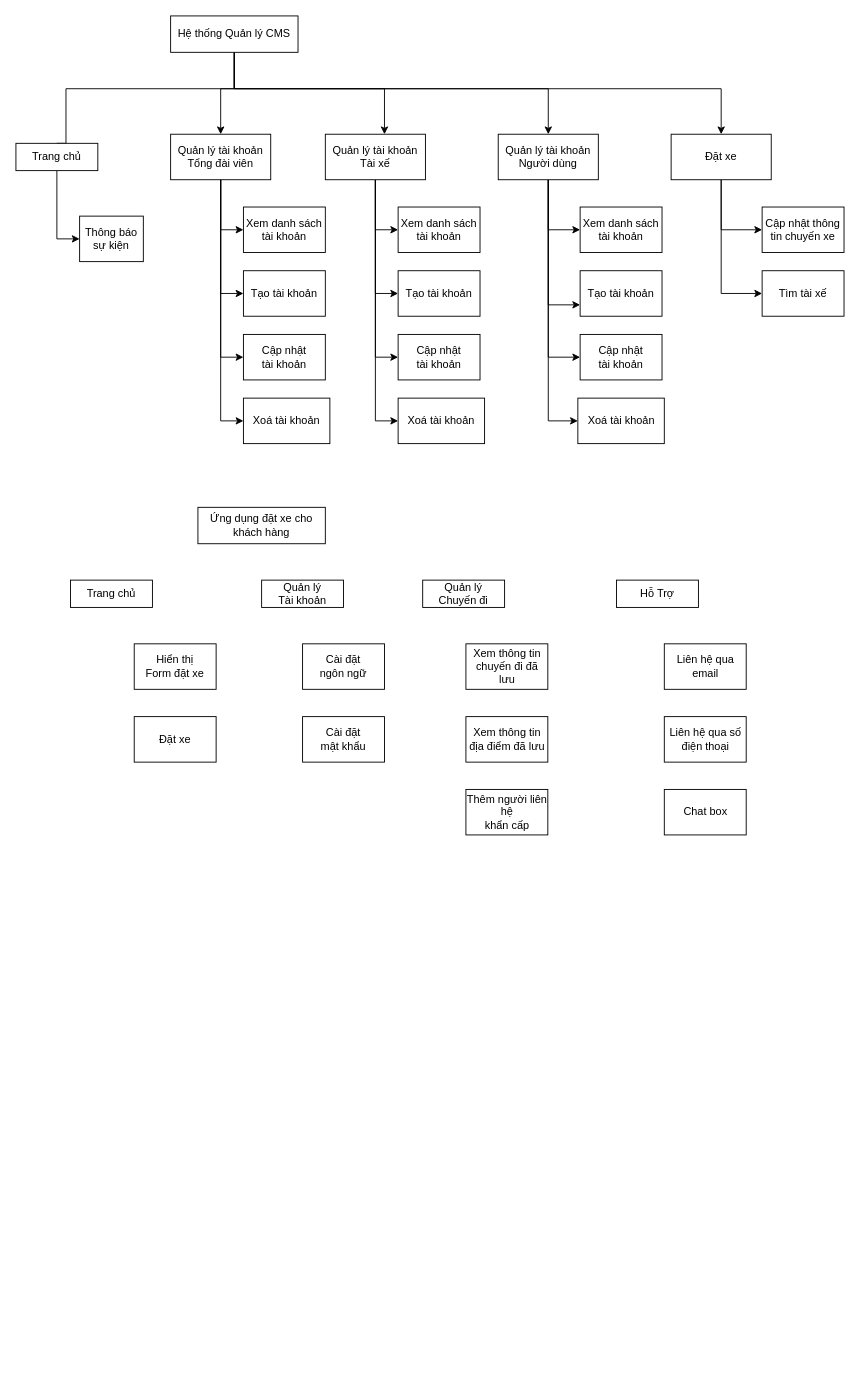
andytino/Documents-Database keeps this draw.io diagram as Biểu đồ không có tiêu đề.drawio. Above is the earlier version. Source tidied: cells renumbered, new cells numbered last; positions are measured from the earlier drawing's top-left corner, leaving out a move shared by most shapes. Both pictures are drawn from the tidied source at 91%, with x=0, y=0 at pixel (15, 15).
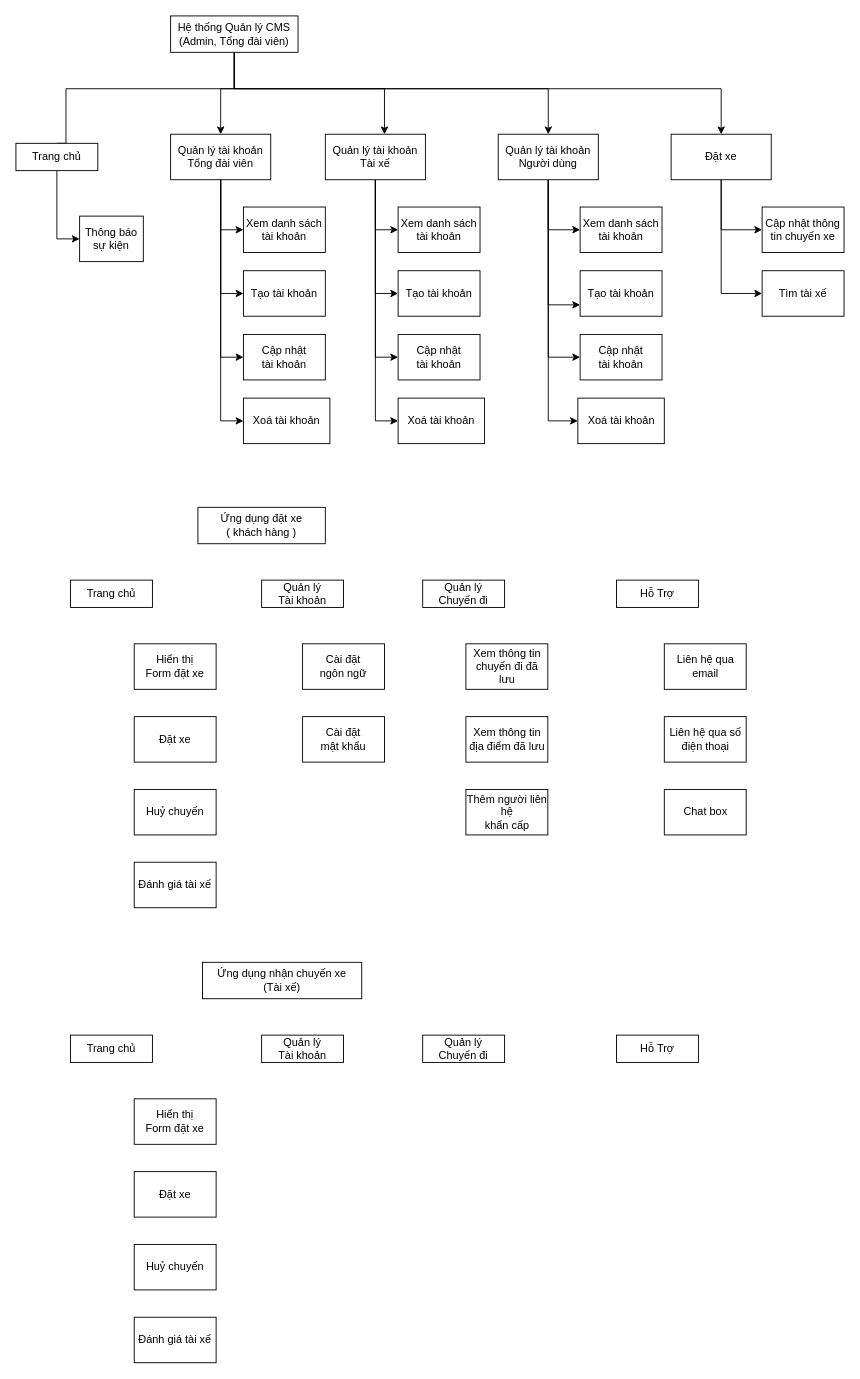
The same diagram, later.

Commit message (it also covers changes not shown here):
Cập nhật Biểu đồ không có tiêu đề.drawio

The edit, as a diff of the source:
```diff
@@
-    <mxCell id="7" value="Hệ thống Quản lý CMS" style="rounded=0;whiteSpace=wrap;html=1;" parent="1" vertex="1">
+    <mxCell id="7" value="Hệ thống Quản lý CMS&lt;br&gt;(Admin, Tổng đài viên)" style="rounded=0;whiteSpace=wrap;html=1;" parent="1" vertex="1">
       <mxGeometry x="170" width="140" height="40" as="geometry" />
     </mxCell>
@@
-    <mxCell id="43" value="Ứng dụng đặt xe cho khách hàng" style="rounded=0;whiteSpace=wrap;html=1;" parent="1" vertex="1">
+    <mxCell id="43" value="Ứng dụng đặt xe&lt;br&gt;( khách hàng )" style="rounded=0;whiteSpace=wrap;html=1;" parent="1" vertex="1">
       <mxGeometry x="200" y="540" width="140" height="40" as="geometry" />
     </mxCell>
@@
+    <mxCell id="58" value="Huỷ chuyến" style="rounded=0;whiteSpace=wrap;html=1;" parent="1" vertex="1">
+      <mxGeometry x="130" y="850" width="90" height="50" as="geometry" />
+    </mxCell>
+    <mxCell id="59" value="Đánh giá tài xế" style="rounded=0;whiteSpace=wrap;html=1;" parent="1" vertex="1">
+      <mxGeometry x="130" y="930" width="90" height="50" as="geometry" />
+    </mxCell>
+    <mxCell id="60" value="Ứng dụng nhận chuyến xe&lt;br&gt;(Tài xế)" style="rounded=0;whiteSpace=wrap;html=1;" parent="1" vertex="1">
+      <mxGeometry x="205" y="1040" width="175" height="40" as="geometry" />
+    </mxCell>
+    <mxCell id="61" value="Trang chủ" style="rounded=0;whiteSpace=wrap;html=1;" parent="1" vertex="1">
+      <mxGeometry x="60" y="1120" width="90" height="30" as="geometry" />
+    </mxCell>
+    <mxCell id="62" value="Quản lý &lt;br&gt;Tài khoản" style="rounded=0;whiteSpace=wrap;html=1;" parent="1" vertex="1">
+      <mxGeometry x="270" y="1120" width="90" height="30" as="geometry" />
+    </mxCell>
+    <mxCell id="63" value="Quản lý &lt;br&gt;Chuyến đi" style="rounded=0;whiteSpace=wrap;html=1;" parent="1" vertex="1">
+      <mxGeometry x="447" y="1120" width="90" height="30" as="geometry" />
+    </mxCell>
+    <mxCell id="64" value="Hỗ Trợ" style="rounded=0;whiteSpace=wrap;html=1;" parent="1" vertex="1">
+      <mxGeometry x="660" y="1120" width="90" height="30" as="geometry" />
+    </mxCell>
+    <mxCell id="65" value="Hiển thị&lt;br&gt;Form đặt xe" style="rounded=0;whiteSpace=wrap;html=1;" parent="1" vertex="1">
+      <mxGeometry x="130" y="1190" width="90" height="50" as="geometry" />
+    </mxCell>
+    <mxCell id="66" value="Đặt xe" style="rounded=0;whiteSpace=wrap;html=1;" parent="1" vertex="1">
+      <mxGeometry x="130" y="1270" width="90" height="50" as="geometry" />
+    </mxCell>
+    <mxCell id="67" value="Huỷ chuyến" style="rounded=0;whiteSpace=wrap;html=1;" parent="1" vertex="1">
+      <mxGeometry x="130" y="1350" width="90" height="50" as="geometry" />
+    </mxCell>
+    <mxCell id="68" value="Đánh giá tài xế" style="rounded=0;whiteSpace=wrap;html=1;" parent="1" vertex="1">
+      <mxGeometry x="130" y="1430" width="90" height="50" as="geometry" />
+    </mxCell>
```
